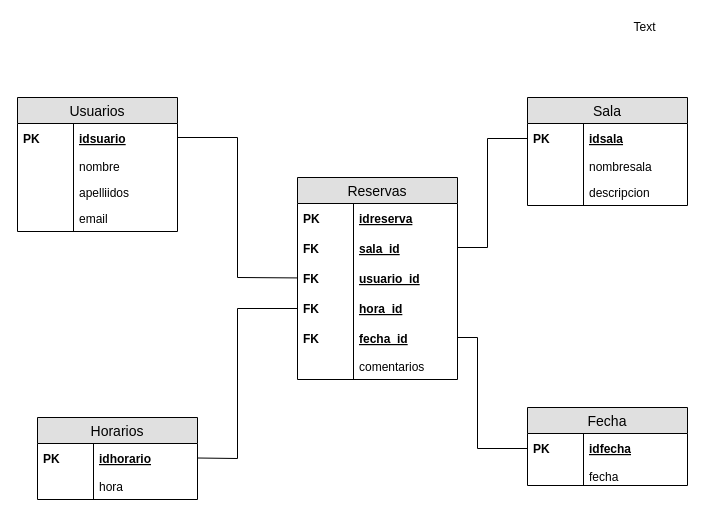
The draw.io diagram recursospresentacion/Untitled Diagram.drawio in ifthencode/reservadesalas, before the edit. Source tidied: cells renumbered, new cells numbered last; positions are measured from the earlier drawing's top-left corner, leaving out a move shared by most shapes. Both pictures are drawn from the tidied source at 100%, with x=0, y=0 at pixel (17, 17).
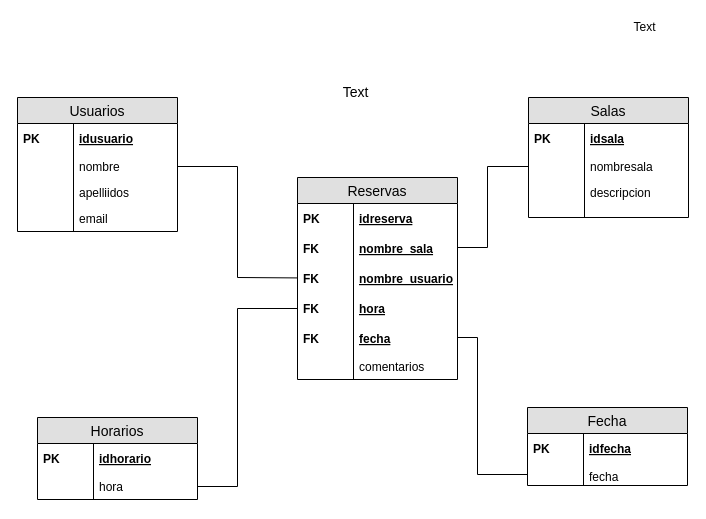
The same page after the edit.

Commit message:
modificacion diagrama de tablas

The change refers to these unchanged cells:
```xml
<mxCell id="3" value="Usuarios" style="swimlane;fontStyle=0;horizontal=1;startSize=26;fillColor=#e0e0e0;swimlaneFillColor=#ffffff;align=center;fontSize=14;" parent="1" vertex="1">
  <mxGeometry y="80" width="160" height="134" as="geometry" />
</mxCell>
<mxCell id="6" value="nombre&#10;" style="shape=partialRectangle;top=0;left=0;right=0;bottom=0;align=left;verticalAlign=top;fillColor=none;spacingLeft=60;spacingRight=4;overflow=hidden;points=[[0,0.5],[1,0.5]];portConstraint=eastwest;fontSize=12;" parent="3" vertex="1">
  <mxGeometry y="56" width="160" height="26" as="geometry" />
</mxCell>
<mxCell id="13" value="idsala" style="shape=partialRectangle;top=0;left=0;right=0;bottom=0;align=left;verticalAlign=middle;fillColor=none;spacingLeft=60;spacingRight=4;overflow=hidden;points=[[0,0.5],[1,0.5]];portConstraint=eastwest;fontStyle=5;fontSize=12;" parent="12" vertex="1">
  <mxGeometry y="26" width="160" height="30" as="geometry" />
</mxCell>
<mxCell id="15" value="nombresala" style="shape=partialRectangle;top=0;left=0;right=0;bottom=0;align=left;verticalAlign=top;fillColor=none;spacingLeft=60;spacingRight=4;overflow=hidden;points=[[0,0.5],[1,0.5]];portConstraint=eastwest;fontSize=12;" parent="12" vertex="1">
  <mxGeometry y="56" width="160" height="26" as="geometry" />
</mxCell>
<mxCell id="19" value="Reservas" style="swimlane;fontStyle=0;horizontal=1;startSize=26;fillColor=#e0e0e0;swimlaneFillColor=#ffffff;align=center;fontSize=14;rounded=0;" parent="1" vertex="1">
  <mxGeometry x="280" y="160" width="160" height="202" as="geometry" />
</mxCell>
<mxCell id="35" value="idfecha" style="shape=partialRectangle;top=0;left=0;right=0;bottom=0;align=left;verticalAlign=middle;fillColor=none;spacingLeft=60;spacingRight=4;overflow=hidden;points=[[0,0.5],[1,0.5]];portConstraint=eastwest;fontStyle=5;fontSize=12;" parent="34" vertex="1">
  <mxGeometry y="26" width="160" height="30" as="geometry" />
</mxCell>
<mxCell id="37" value="fecha&#10;" style="shape=partialRectangle;top=0;left=0;right=0;bottom=0;align=left;verticalAlign=top;fillColor=none;spacingLeft=60;spacingRight=4;overflow=hidden;points=[[0,0.5],[1,0.5]];portConstraint=eastwest;fontSize=12;" parent="34" vertex="1">
  <mxGeometry y="56" width="160" height="22" as="geometry" />
</mxCell>
<mxCell id="43" value="hora" style="shape=partialRectangle;top=0;left=0;right=0;bottom=0;align=left;verticalAlign=top;fillColor=none;spacingLeft=60;spacingRight=4;overflow=hidden;points=[[0,0.5],[1,0.5]];portConstraint=eastwest;fontSize=12;" parent="40" vertex="1">
  <mxGeometry y="56" width="160" height="26" as="geometry" />
</mxCell>
```

What changed in the source:
```diff
@@
-    <mxCell id="4" value="idsuario" style="shape=partialRectangle;top=0;left=0;right=0;bottom=0;align=left;verticalAlign=middle;fillColor=none;spacingLeft=60;spacingRight=4;overflow=hidden;fontStyle=5;fontSize=12;" parent="3" vertex="1">
+    <mxCell id="4" value="idusuario" style="shape=partialRectangle;top=0;left=0;right=0;bottom=0;align=left;verticalAlign=middle;fillColor=none;spacingLeft=60;spacingRight=4;overflow=hidden;fontStyle=5;fontSize=12;" parent="3" vertex="1">
       <mxGeometry y="26" width="160" height="30" as="geometry" />
     </mxCell>
@@
-    <mxCell id="12" value="Sala" style="swimlane;fontStyle=0;horizontal=1;startSize=26;fillColor=#e0e0e0;swimlaneFillColor=#ffffff;align=center;fontSize=14;" parent="1" vertex="1">
-      <mxGeometry x="510" y="80" width="160" height="108" as="geometry" />
+    <mxCell id="12" value="Salas" style="swimlane;fontStyle=0;horizontal=1;startSize=26;fillColor=#e0e0e0;swimlaneFillColor=#ffffff;align=center;fontSize=14;" parent="1" vertex="1">
+      <mxGeometry x="511" y="80" width="160" height="120" as="geometry" />
     </mxCell>
@@
     <mxCell id="17" value="descripcion" style="shape=partialRectangle;top=0;left=0;right=0;bottom=0;align=left;verticalAlign=top;fillColor=none;spacingLeft=60;spacingRight=4;overflow=hidden;fontSize=12;" parent="12" vertex="1">
-      <mxGeometry y="82" width="160" height="26" as="geometry" />
+      <mxGeometry y="82" width="160" height="38" as="geometry" />
     </mxCell>
     <mxCell id="18" style="shape=partialRectangle;fontStyle=1;top=0;left=0;bottom=0;fillColor=none;align=left;verticalAlign=top;spacingLeft=4;spacingRight=4;overflow=hidden;fontSize=12;" parent="17" vertex="1">
-      <mxGeometry width="56" height="26" as="geometry" />
+      <mxGeometry width="56" height="38" as="geometry" />
     </mxCell>
@@
-    <mxCell id="22" value="sala_id" style="shape=partialRectangle;top=0;left=0;right=0;bottom=1;align=left;verticalAlign=middle;fillColor=none;spacingLeft=60;spacingRight=4;overflow=hidden;fontStyle=5;fontSize=12;strokeColor=none;" parent="19" vertex="1">
+    <mxCell id="22" value="nombre_sala" style="shape=partialRectangle;top=0;left=0;right=0;bottom=1;align=left;verticalAlign=middle;fillColor=none;spacingLeft=60;spacingRight=4;overflow=hidden;fontStyle=5;fontSize=12;strokeColor=none;" parent="19" vertex="1">
       <mxGeometry y="56" width="160" height="30" as="geometry" />
     </mxCell>
@@
-    <mxCell id="24" value="usuario_id" style="shape=partialRectangle;top=0;left=0;right=0;bottom=1;align=left;verticalAlign=middle;fillColor=none;spacingLeft=60;spacingRight=4;overflow=hidden;points=[[0,0.5],[1,0.5]];portConstraint=eastwest;fontStyle=5;fontSize=12;strokeColor=none;" parent="19" vertex="1">
+    <mxCell id="24" value="nombre_usuario" style="shape=partialRectangle;top=0;left=0;right=0;bottom=1;align=left;verticalAlign=middle;fillColor=none;spacingLeft=60;spacingRight=4;overflow=hidden;points=[[0,0.5],[1,0.5]];portConstraint=eastwest;fontStyle=5;fontSize=12;strokeColor=none;" parent="19" vertex="1">
       <mxGeometry y="86" width="160" height="30" as="geometry" />
     </mxCell>
@@
-    <mxCell id="26" value="hora_id" style="shape=partialRectangle;top=0;left=0;right=0;bottom=1;align=left;verticalAlign=middle;fillColor=none;spacingLeft=60;spacingRight=4;overflow=hidden;points=[[0,0.5],[1,0.5]];portConstraint=eastwest;fontStyle=5;fontSize=12;strokeColor=none;" parent="19" vertex="1">
+    <mxCell id="26" value="hora" style="shape=partialRectangle;top=0;left=0;right=0;bottom=1;align=left;verticalAlign=middle;fillColor=none;spacingLeft=60;spacingRight=4;overflow=hidden;points=[[0,0.5],[1,0.5]];portConstraint=eastwest;fontStyle=5;fontSize=12;strokeColor=none;" parent="19" vertex="1">
       <mxGeometry y="116" width="160" height="30" as="geometry" />
     </mxCell>
@@
-    <mxCell id="28" value="fecha_id" style="shape=partialRectangle;top=0;left=0;right=0;bottom=1;align=left;verticalAlign=middle;fillColor=none;spacingLeft=60;spacingRight=4;overflow=hidden;fontStyle=5;fontSize=12;strokeColor=none;" parent="19" vertex="1">
+    <mxCell id="28" value="fecha" style="shape=partialRectangle;top=0;left=0;right=0;bottom=1;align=left;verticalAlign=middle;fillColor=none;spacingLeft=60;spacingRight=4;overflow=hidden;fontStyle=5;fontSize=12;strokeColor=none;" parent="19" vertex="1">
       <mxGeometry y="146" width="160" height="30" as="geometry" />
     </mxCell>
@@
-    <mxCell id="32" style="endArrow=none;html=1;rounded=0;" parent="1" edge="1" target="24">
+    <mxCell id="32" style="endArrow=none;html=1;rounded=0;exitX=1;exitY=0.5;exitDx=0;exitDy=0;" parent="1" edge="1" source="6" target="24">
       <mxGeometry relative="1" as="geometry">
-        <mxPoint x="160" y="120" as="sourcePoint" />
         <Array as="points">
-          <mxPoint x="220" y="120" />
+          <mxPoint x="220" y="149" />
           <mxPoint x="220" y="260" />
         </Array>
       </mxGeometry>
     </mxCell>
-    <mxCell id="33" style="endArrow=none;html=1;rounded=0;entryX=0;entryY=0.5;entryDx=0;entryDy=0;" parent="1" edge="1" target="13">
+    <mxCell id="33" style="endArrow=none;html=1;rounded=0;entryX=0;entryY=0.5;entryDx=0;entryDy=0;" parent="1" edge="1" target="15">
       <mxGeometry relative="1" as="geometry">
         <mxPoint x="440" y="230" as="sourcePoint" />
         <Array as="points">
           <mxPoint x="470" y="230" />
-          <mxPoint x="470" y="121" />
+          <mxPoint x="470" y="149" />
         </Array>
       </mxGeometry>
     </mxCell>
@@
-    <mxCell id="39" style="endArrow=none;html=1;rounded=0;fontSize=14;entryX=0;entryY=0.5;entryDx=0;entryDy=0;" parent="1" edge="1" target="35">
+    <mxCell id="39" style="endArrow=none;html=1;rounded=0;fontSize=14;entryX=0;entryY=0.5;entryDx=0;entryDy=0;" parent="1" edge="1" target="37">
       <mxGeometry relative="1" as="geometry">
         <mxPoint x="440" y="320" as="sourcePoint" />
         <Array as="points">
           <mxPoint x="460" y="320" />
-          <mxPoint x="460" y="431" />
+          <mxPoint x="460" y="457" />
         </Array>
       </mxGeometry>
     </mxCell>
@@
-    <mxCell id="45" style="endArrow=none;html=1;rounded=0;fontSize=14;entryX=0;entryY=0.5;entryDx=0;entryDy=0;" parent="1" edge="1" target="26">
+    <mxCell id="45" style="endArrow=none;html=1;rounded=0;fontSize=14;entryX=0;entryY=0.5;entryDx=0;entryDy=0;exitX=1;exitY=0.5;exitDx=0;exitDy=0;" parent="1" edge="1" source="43" target="26">
       <mxGeometry relative="1" as="geometry">
-        <mxPoint x="180" y="440.5" as="sourcePoint" />
         <Array as="points">
-          <mxPoint x="220" y="441" />
+          <mxPoint x="220" y="469" />
           <mxPoint x="220" y="291" />
         </Array>
       </mxGeometry>
     </mxCell>
+    <mxCell id="46" value="Text" style="text;html=1;align=center;verticalAlign=middle;fontSize=14;" parent="1" vertex="1">
+      <mxGeometry x="318" y="65" width="40" height="20" as="geometry" />
+    </mxCell>
```
